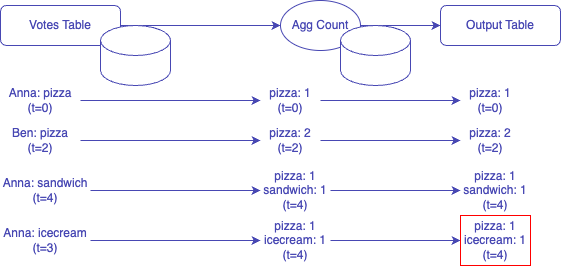
This is img/kafka/kafka-streams-versioned-state-store-7.drawio.png from windowforsun/blog, a draw.io export, as it was before one commit. Source tidied: cells renumbered, new cells last; positions are measured from the earlier drawing's top-left corner, leaving out a move shared by most shapes. Source of this version:
```xml
<mxGraphModel>
  <root>
    <mxCell id="0" />
    <mxCell id="1" parent="0" />
    <mxCell id="2" style="edgeStyle=orthogonalEdgeStyle;rounded=0;jettySize=auto;html=1;entryX=0;entryY=0.5;entryDx=0;entryDy=0;strokeColor=#4747B3;" parent="1" edge="1" source="3" target="5">
      <mxGeometry relative="1" as="geometry" />
    </mxCell>
    <mxCell id="3" value="&lt;div&gt;&lt;font color=&quot;#4747b3&quot;&gt;Votes Table&lt;/font&gt;&lt;/div&gt;" style="rounded=1;whiteSpace=wrap;html=1;strokeColor=#4747B3;fontColor=#006600;" parent="1" vertex="1">
      <mxGeometry y="5" width="120" height="40" as="geometry" />
    </mxCell>
    <mxCell id="4" style="edgeStyle=orthogonalEdgeStyle;rounded=0;jettySize=auto;html=1;entryX=0;entryY=0.5;entryDx=0;entryDy=0;strokeColor=#4747B3;" parent="1" edge="1" source="5" target="6">
      <mxGeometry relative="1" as="geometry" />
    </mxCell>
    <mxCell id="5" value="&lt;font color=&quot;#4747b3&quot;&gt;Agg Count&lt;/font&gt;" style="ellipse;whiteSpace=wrap;html=1;strokeColor=#4747B3;" parent="1" vertex="1">
      <mxGeometry x="280" width="80" height="50" as="geometry" />
    </mxCell>
    <mxCell id="6" value="&lt;font color=&quot;#4747b3&quot;&gt;Output Table&lt;/font&gt;" style="rounded=1;whiteSpace=wrap;html=1;strokeColor=#4747B3;" parent="1" vertex="1">
      <mxGeometry x="440" y="5" width="120" height="40" as="geometry" />
    </mxCell>
    <mxCell id="7" style="edgeStyle=orthogonalEdgeStyle;rounded=0;jettySize=auto;html=1;entryX=0;entryY=0.5;entryDx=0;entryDy=0;fontColor=#4747B3;strokeColor=#4747B3;" parent="1" edge="1" source="8" target="10">
      <mxGeometry relative="1" as="geometry" />
    </mxCell>
    <mxCell id="8" value="Anna: pizza&lt;div&gt;(t=0)&lt;/div&gt;" style="text;html=1;align=center;verticalAlign=middle;whiteSpace=wrap;rounded=0;fontColor=#4747B3;" parent="1" vertex="1">
      <mxGeometry y="85" width="80" height="30" as="geometry" />
    </mxCell>
    <mxCell id="9" style="edgeStyle=orthogonalEdgeStyle;rounded=0;jettySize=auto;html=1;entryX=0;entryY=0.5;entryDx=0;entryDy=0;strokeColor=#4747B3;" parent="1" edge="1" source="10" target="12">
      <mxGeometry relative="1" as="geometry" />
    </mxCell>
    <mxCell id="10" value="pizza: 1&lt;div&gt;(t=0)&lt;/div&gt;" style="text;html=1;align=center;verticalAlign=middle;whiteSpace=wrap;rounded=0;fontColor=#4747B3;" parent="1" vertex="1">
      <mxGeometry x="260" y="85" width="60" height="30" as="geometry" />
    </mxCell>
    <mxCell id="11" style="shape=cylinder3;whiteSpace=wrap;html=1;boundedLbl=1;backgroundOutline=1;size=15;strokeColor=#4747B3;" parent="1" vertex="1">
      <mxGeometry x="100" y="25" width="70" height="60" as="geometry" />
    </mxCell>
    <mxCell id="12" value="pizza: 1&lt;div&gt;(t=0)&lt;/div&gt;" style="text;html=1;align=center;verticalAlign=middle;whiteSpace=wrap;rounded=0;fontColor=#4747B3;" parent="1" vertex="1">
      <mxGeometry x="460" y="85" width="60" height="30" as="geometry" />
    </mxCell>
    <mxCell id="13" style="edgeStyle=orthogonalEdgeStyle;rounded=0;jettySize=auto;html=1;entryX=0;entryY=0.5;entryDx=0;entryDy=0;fontColor=#4747B3;strokeColor=#4747B3;" parent="1" edge="1" source="14" target="16">
      <mxGeometry relative="1" as="geometry" />
    </mxCell>
    <mxCell id="14" value="Ben: pizza&lt;div&gt;(t=2)&lt;/div&gt;" style="text;html=1;align=center;verticalAlign=middle;whiteSpace=wrap;rounded=0;fontColor=#4747B3;" parent="1" vertex="1">
      <mxGeometry y="125" width="80" height="30" as="geometry" />
    </mxCell>
    <mxCell id="15" style="edgeStyle=orthogonalEdgeStyle;rounded=0;jettySize=auto;html=1;entryX=0;entryY=0.5;entryDx=0;entryDy=0;strokeColor=#4747B3;" parent="1" edge="1" source="16" target="17">
      <mxGeometry relative="1" as="geometry" />
    </mxCell>
    <mxCell id="16" value="pizza: 2&lt;div&gt;(t=2)&lt;/div&gt;" style="text;html=1;align=center;verticalAlign=middle;whiteSpace=wrap;rounded=0;fontColor=#4747B3;" parent="1" vertex="1">
      <mxGeometry x="260" y="125" width="60" height="30" as="geometry" />
    </mxCell>
    <mxCell id="17" value="pizza: 2&lt;div&gt;(t=2)&lt;/div&gt;" style="text;html=1;align=center;verticalAlign=middle;whiteSpace=wrap;rounded=0;fontColor=#4747B3;" parent="1" vertex="1">
      <mxGeometry x="460" y="125" width="60" height="30" as="geometry" />
    </mxCell>
    <mxCell id="18" style="edgeStyle=orthogonalEdgeStyle;rounded=0;jettySize=auto;html=1;entryX=0;entryY=0.5;entryDx=0;entryDy=0;fontColor=#4747B3;strokeColor=#4747B3;" parent="1" edge="1" source="19" target="21">
      <mxGeometry relative="1" as="geometry" />
    </mxCell>
    <mxCell id="19" value="Anna: sandwich&lt;div&gt;(t=4)&lt;/div&gt;" style="text;html=1;align=center;verticalAlign=middle;whiteSpace=wrap;rounded=0;fontColor=#4747B3;" parent="1" vertex="1">
      <mxGeometry y="175" width="90" height="30" as="geometry" />
    </mxCell>
    <mxCell id="20" style="edgeStyle=orthogonalEdgeStyle;rounded=0;jettySize=auto;html=1;entryX=0;entryY=0.5;entryDx=0;entryDy=0;strokeColor=#4747B3;" parent="1" edge="1" source="21" target="22">
      <mxGeometry relative="1" as="geometry" />
    </mxCell>
    <mxCell id="21" value="pizza: 1&lt;div&gt;sandwich: 1&lt;br&gt;&lt;div&gt;(t=4)&lt;/div&gt;&lt;/div&gt;" style="text;html=1;align=center;verticalAlign=middle;whiteSpace=wrap;rounded=0;fontColor=#4747B3;" parent="1" vertex="1">
      <mxGeometry x="260" y="175" width="70" height="30" as="geometry" />
    </mxCell>
    <mxCell id="22" value="pizza: 1&lt;div&gt;sandwich: 1&lt;br&gt;&lt;div&gt;(t=4)&lt;/div&gt;&lt;/div&gt;" style="text;html=1;align=center;verticalAlign=middle;whiteSpace=wrap;rounded=0;fontColor=#4747B3;" parent="1" vertex="1">
      <mxGeometry x="460" y="175" width="70" height="30" as="geometry" />
    </mxCell>
    <mxCell id="23" style="shape=cylinder3;whiteSpace=wrap;html=1;boundedLbl=1;backgroundOutline=1;size=15;strokeColor=#4747B3;" parent="1" vertex="1">
      <mxGeometry x="340" y="25" width="70" height="60" as="geometry" />
    </mxCell>
    <mxCell id="24" style="edgeStyle=orthogonalEdgeStyle;rounded=0;jettySize=auto;html=1;entryX=0;entryY=0.5;entryDx=0;entryDy=0;fontColor=#4747B3;strokeColor=#4747B3;" parent="1" edge="1" source="25" target="27">
      <mxGeometry relative="1" as="geometry" />
    </mxCell>
    <mxCell id="25" value="Anna: icecream&lt;div&gt;(t=3)&lt;/div&gt;" style="text;html=1;align=center;verticalAlign=middle;whiteSpace=wrap;rounded=0;fontColor=#4747B3;" parent="1" vertex="1">
      <mxGeometry y="225" width="90" height="30" as="geometry" />
    </mxCell>
    <mxCell id="26" style="edgeStyle=orthogonalEdgeStyle;rounded=0;jettySize=auto;html=1;entryX=0;entryY=0.5;entryDx=0;entryDy=0;strokeColor=#4747B3;" parent="1" edge="1" source="27" target="28">
      <mxGeometry relative="1" as="geometry" />
    </mxCell>
    <mxCell id="27" value="pizza: 1&lt;div&gt;icecream: 1&lt;br&gt;&lt;div&gt;(t=4)&lt;/div&gt;&lt;/div&gt;" style="text;html=1;align=center;verticalAlign=middle;whiteSpace=wrap;rounded=0;fontColor=#4747B3;" parent="1" vertex="1">
      <mxGeometry x="260" y="225" width="70" height="30" as="geometry" />
    </mxCell>
    <mxCell id="28" value="pizza: 1&lt;div&gt;icecream: 1&lt;br&gt;&lt;div&gt;(t=4)&lt;/div&gt;&lt;/div&gt;" style="text;html=1;align=center;verticalAlign=middle;whiteSpace=wrap;rounded=0;fontColor=#4747B3;strokeColor=#FF0000;" parent="1" vertex="1">
      <mxGeometry x="460" y="215" width="70" height="50" as="geometry" />
    </mxCell>
  </root>
</mxGraphModel>
```
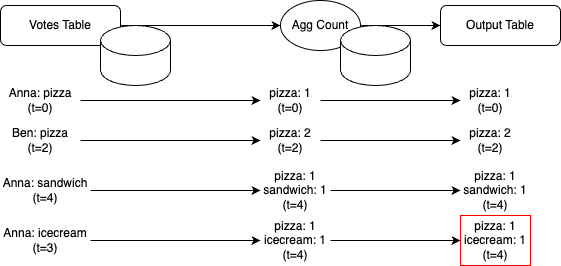
After the change.

Commit message:
kafka-streams-versioned-state-store-7.drawio.png이 추가되었습니다.

Diff of the diagram source:
```diff
@@ -2,85 +2,85 @@
   <root>
     <mxCell id="0" />
     <mxCell id="1" parent="0" />
-    <mxCell id="2" style="edgeStyle=orthogonalEdgeStyle;rounded=0;jettySize=auto;html=1;entryX=0;entryY=0.5;entryDx=0;entryDy=0;strokeColor=#4747B3;" parent="1" edge="1" source="3" target="5">
+    <mxCell id="2" style="edgeStyle=orthogonalEdgeStyle;rounded=0;jettySize=auto;html=1;entryX=0;entryY=0.5;entryDx=0;entryDy=0;strokeColor=#000000;fontColor=#000000;" parent="1" edge="1" source="3" target="5">
       <mxGeometry relative="1" as="geometry" />
     </mxCell>
-    <mxCell id="3" value="&lt;div&gt;&lt;font color=&quot;#4747b3&quot;&gt;Votes Table&lt;/font&gt;&lt;/div&gt;" style="rounded=1;whiteSpace=wrap;html=1;strokeColor=#4747B3;fontColor=#006600;" parent="1" vertex="1">
+    <mxCell id="3" value="&lt;div&gt;&lt;font&gt;Votes Table&lt;/font&gt;&lt;/div&gt;" style="rounded=1;whiteSpace=wrap;html=1;strokeColor=#000000;fontColor=#000000;" parent="1" vertex="1">
       <mxGeometry y="5" width="120" height="40" as="geometry" />
     </mxCell>
-    <mxCell id="4" style="edgeStyle=orthogonalEdgeStyle;rounded=0;jettySize=auto;html=1;entryX=0;entryY=0.5;entryDx=0;entryDy=0;strokeColor=#4747B3;" parent="1" edge="1" source="5" target="6">
+    <mxCell id="4" style="edgeStyle=orthogonalEdgeStyle;rounded=0;jettySize=auto;html=1;entryX=0;entryY=0.5;entryDx=0;entryDy=0;strokeColor=#000000;fontColor=#000000;" parent="1" edge="1" source="5" target="6">
       <mxGeometry relative="1" as="geometry" />
     </mxCell>
-    <mxCell id="5" value="&lt;font color=&quot;#4747b3&quot;&gt;Agg Count&lt;/font&gt;" style="ellipse;whiteSpace=wrap;html=1;strokeColor=#4747B3;" parent="1" vertex="1">
+    <mxCell id="5" value="&lt;font&gt;Agg Count&lt;/font&gt;" style="ellipse;whiteSpace=wrap;html=1;strokeColor=#000000;fontColor=#000000;" parent="1" vertex="1">
       <mxGeometry x="280" width="80" height="50" as="geometry" />
     </mxCell>
-    <mxCell id="6" value="&lt;font color=&quot;#4747b3&quot;&gt;Output Table&lt;/font&gt;" style="rounded=1;whiteSpace=wrap;html=1;strokeColor=#4747B3;" parent="1" vertex="1">
+    <mxCell id="6" value="&lt;font&gt;Output Table&lt;/font&gt;" style="rounded=1;whiteSpace=wrap;html=1;strokeColor=#000000;fontColor=#000000;" parent="1" vertex="1">
       <mxGeometry x="440" y="5" width="120" height="40" as="geometry" />
     </mxCell>
-    <mxCell id="7" style="edgeStyle=orthogonalEdgeStyle;rounded=0;jettySize=auto;html=1;entryX=0;entryY=0.5;entryDx=0;entryDy=0;fontColor=#4747B3;strokeColor=#4747B3;" parent="1" edge="1" source="8" target="10">
+    <mxCell id="7" style="edgeStyle=orthogonalEdgeStyle;rounded=0;jettySize=auto;html=1;entryX=0;entryY=0.5;entryDx=0;entryDy=0;fontColor=#4747B3;strokeColor=#000000;" parent="1" edge="1" source="8" target="10">
       <mxGeometry relative="1" as="geometry" />
     </mxCell>
-    <mxCell id="8" value="Anna: pizza&lt;div&gt;(t=0)&lt;/div&gt;" style="text;html=1;align=center;verticalAlign=middle;whiteSpace=wrap;rounded=0;fontColor=#4747B3;" parent="1" vertex="1">
+    <mxCell id="8" value="Anna: pizza&lt;div&gt;(t=0)&lt;/div&gt;" style="text;html=1;align=center;verticalAlign=middle;whiteSpace=wrap;rounded=0;fontColor=#000000;" parent="1" vertex="1">
       <mxGeometry y="85" width="80" height="30" as="geometry" />
     </mxCell>
-    <mxCell id="9" style="edgeStyle=orthogonalEdgeStyle;rounded=0;jettySize=auto;html=1;entryX=0;entryY=0.5;entryDx=0;entryDy=0;strokeColor=#4747B3;" parent="1" edge="1" source="10" target="12">
+    <mxCell id="9" style="edgeStyle=orthogonalEdgeStyle;rounded=0;jettySize=auto;html=1;entryX=0;entryY=0.5;entryDx=0;entryDy=0;strokeColor=#000000;" parent="1" edge="1" source="10" target="12">
       <mxGeometry relative="1" as="geometry" />
     </mxCell>
-    <mxCell id="10" value="pizza: 1&lt;div&gt;(t=0)&lt;/div&gt;" style="text;html=1;align=center;verticalAlign=middle;whiteSpace=wrap;rounded=0;fontColor=#4747B3;" parent="1" vertex="1">
+    <mxCell id="10" value="pizza: 1&lt;div&gt;(t=0)&lt;/div&gt;" style="text;html=1;align=center;verticalAlign=middle;whiteSpace=wrap;rounded=0;fontColor=#000000;" parent="1" vertex="1">
       <mxGeometry x="260" y="85" width="60" height="30" as="geometry" />
     </mxCell>
-    <mxCell id="11" style="shape=cylinder3;whiteSpace=wrap;html=1;boundedLbl=1;backgroundOutline=1;size=15;strokeColor=#4747B3;" parent="1" vertex="1">
+    <mxCell id="11" style="shape=cylinder3;whiteSpace=wrap;html=1;boundedLbl=1;backgroundOutline=1;size=15;strokeColor=#000000;fontColor=#000000;" parent="1" vertex="1">
       <mxGeometry x="100" y="25" width="70" height="60" as="geometry" />
     </mxCell>
-    <mxCell id="12" value="pizza: 1&lt;div&gt;(t=0)&lt;/div&gt;" style="text;html=1;align=center;verticalAlign=middle;whiteSpace=wrap;rounded=0;fontColor=#4747B3;" parent="1" vertex="1">
+    <mxCell id="12" value="pizza: 1&lt;div&gt;(t=0)&lt;/div&gt;" style="text;html=1;align=center;verticalAlign=middle;whiteSpace=wrap;rounded=0;fontColor=#000000;" parent="1" vertex="1">
       <mxGeometry x="460" y="85" width="60" height="30" as="geometry" />
     </mxCell>
-    <mxCell id="13" style="edgeStyle=orthogonalEdgeStyle;rounded=0;jettySize=auto;html=1;entryX=0;entryY=0.5;entryDx=0;entryDy=0;fontColor=#4747B3;strokeColor=#4747B3;" parent="1" edge="1" source="14" target="16">
+    <mxCell id="13" style="edgeStyle=orthogonalEdgeStyle;rounded=0;jettySize=auto;html=1;entryX=0;entryY=0.5;entryDx=0;entryDy=0;fontColor=#4747B3;strokeColor=#000000;" parent="1" edge="1" source="14" target="16">
       <mxGeometry relative="1" as="geometry" />
     </mxCell>
-    <mxCell id="14" value="Ben: pizza&lt;div&gt;(t=2)&lt;/div&gt;" style="text;html=1;align=center;verticalAlign=middle;whiteSpace=wrap;rounded=0;fontColor=#4747B3;" parent="1" vertex="1">
+    <mxCell id="14" value="Ben: pizza&lt;div&gt;(t=2)&lt;/div&gt;" style="text;html=1;align=center;verticalAlign=middle;whiteSpace=wrap;rounded=0;fontColor=#000000;" parent="1" vertex="1">
       <mxGeometry y="125" width="80" height="30" as="geometry" />
     </mxCell>
-    <mxCell id="15" style="edgeStyle=orthogonalEdgeStyle;rounded=0;jettySize=auto;html=1;entryX=0;entryY=0.5;entryDx=0;entryDy=0;strokeColor=#4747B3;" parent="1" edge="1" source="16" target="17">
+    <mxCell id="15" style="edgeStyle=orthogonalEdgeStyle;rounded=0;jettySize=auto;html=1;entryX=0;entryY=0.5;entryDx=0;entryDy=0;strokeColor=#000000;" parent="1" edge="1" source="16" target="17">
       <mxGeometry relative="1" as="geometry" />
     </mxCell>
-    <mxCell id="16" value="pizza: 2&lt;div&gt;(t=2)&lt;/div&gt;" style="text;html=1;align=center;verticalAlign=middle;whiteSpace=wrap;rounded=0;fontColor=#4747B3;" parent="1" vertex="1">
+    <mxCell id="16" value="pizza: 2&lt;div&gt;(t=2)&lt;/div&gt;" style="text;html=1;align=center;verticalAlign=middle;whiteSpace=wrap;rounded=0;fontColor=#000000;" parent="1" vertex="1">
       <mxGeometry x="260" y="125" width="60" height="30" as="geometry" />
     </mxCell>
-    <mxCell id="17" value="pizza: 2&lt;div&gt;(t=2)&lt;/div&gt;" style="text;html=1;align=center;verticalAlign=middle;whiteSpace=wrap;rounded=0;fontColor=#4747B3;" parent="1" vertex="1">
+    <mxCell id="17" value="pizza: 2&lt;div&gt;(t=2)&lt;/div&gt;" style="text;html=1;align=center;verticalAlign=middle;whiteSpace=wrap;rounded=0;fontColor=#000000;" parent="1" vertex="1">
       <mxGeometry x="460" y="125" width="60" height="30" as="geometry" />
     </mxCell>
-    <mxCell id="18" style="edgeStyle=orthogonalEdgeStyle;rounded=0;jettySize=auto;html=1;entryX=0;entryY=0.5;entryDx=0;entryDy=0;fontColor=#4747B3;strokeColor=#4747B3;" parent="1" edge="1" source="19" target="21">
+    <mxCell id="18" style="edgeStyle=orthogonalEdgeStyle;rounded=0;jettySize=auto;html=1;entryX=0;entryY=0.5;entryDx=0;entryDy=0;fontColor=#4747B3;strokeColor=#000000;" parent="1" edge="1" source="19" target="21">
       <mxGeometry relative="1" as="geometry" />
     </mxCell>
-    <mxCell id="19" value="Anna: sandwich&lt;div&gt;(t=4)&lt;/div&gt;" style="text;html=1;align=center;verticalAlign=middle;whiteSpace=wrap;rounded=0;fontColor=#4747B3;" parent="1" vertex="1">
+    <mxCell id="19" value="Anna: sandwich&lt;div&gt;(t=4)&lt;/div&gt;" style="text;html=1;align=center;verticalAlign=middle;whiteSpace=wrap;rounded=0;fontColor=#000000;" parent="1" vertex="1">
       <mxGeometry y="175" width="90" height="30" as="geometry" />
     </mxCell>
-    <mxCell id="20" style="edgeStyle=orthogonalEdgeStyle;rounded=0;jettySize=auto;html=1;entryX=0;entryY=0.5;entryDx=0;entryDy=0;strokeColor=#4747B3;" parent="1" edge="1" source="21" target="22">
+    <mxCell id="20" style="edgeStyle=orthogonalEdgeStyle;rounded=0;jettySize=auto;html=1;entryX=0;entryY=0.5;entryDx=0;entryDy=0;strokeColor=#000000;" parent="1" edge="1" source="21" target="22">
       <mxGeometry relative="1" as="geometry" />
     </mxCell>
-    <mxCell id="21" value="pizza: 1&lt;div&gt;sandwich: 1&lt;br&gt;&lt;div&gt;(t=4)&lt;/div&gt;&lt;/div&gt;" style="text;html=1;align=center;verticalAlign=middle;whiteSpace=wrap;rounded=0;fontColor=#4747B3;" parent="1" vertex="1">
+    <mxCell id="21" value="pizza: 1&lt;div&gt;sandwich: 1&lt;br&gt;&lt;div&gt;(t=4)&lt;/div&gt;&lt;/div&gt;" style="text;html=1;align=center;verticalAlign=middle;whiteSpace=wrap;rounded=0;fontColor=#000000;" parent="1" vertex="1">
       <mxGeometry x="260" y="175" width="70" height="30" as="geometry" />
     </mxCell>
-    <mxCell id="22" value="pizza: 1&lt;div&gt;sandwich: 1&lt;br&gt;&lt;div&gt;(t=4)&lt;/div&gt;&lt;/div&gt;" style="text;html=1;align=center;verticalAlign=middle;whiteSpace=wrap;rounded=0;fontColor=#4747B3;" parent="1" vertex="1">
+    <mxCell id="22" value="pizza: 1&lt;div&gt;sandwich: 1&lt;br&gt;&lt;div&gt;(t=4)&lt;/div&gt;&lt;/div&gt;" style="text;html=1;align=center;verticalAlign=middle;whiteSpace=wrap;rounded=0;fontColor=#000000;" parent="1" vertex="1">
       <mxGeometry x="460" y="175" width="70" height="30" as="geometry" />
     </mxCell>
-    <mxCell id="23" style="shape=cylinder3;whiteSpace=wrap;html=1;boundedLbl=1;backgroundOutline=1;size=15;strokeColor=#4747B3;" parent="1" vertex="1">
+    <mxCell id="23" style="shape=cylinder3;whiteSpace=wrap;html=1;boundedLbl=1;backgroundOutline=1;size=15;strokeColor=#000000;fontColor=#000000;" parent="1" vertex="1">
       <mxGeometry x="340" y="25" width="70" height="60" as="geometry" />
     </mxCell>
-    <mxCell id="24" style="edgeStyle=orthogonalEdgeStyle;rounded=0;jettySize=auto;html=1;entryX=0;entryY=0.5;entryDx=0;entryDy=0;fontColor=#4747B3;strokeColor=#4747B3;" parent="1" edge="1" source="25" target="27">
+    <mxCell id="24" style="edgeStyle=orthogonalEdgeStyle;rounded=0;jettySize=auto;html=1;entryX=0;entryY=0.5;entryDx=0;entryDy=0;fontColor=#4747B3;strokeColor=#000000;" parent="1" edge="1" source="25" target="27">
       <mxGeometry relative="1" as="geometry" />
     </mxCell>
-    <mxCell id="25" value="Anna: icecream&lt;div&gt;(t=3)&lt;/div&gt;" style="text;html=1;align=center;verticalAlign=middle;whiteSpace=wrap;rounded=0;fontColor=#4747B3;" parent="1" vertex="1">
+    <mxCell id="25" value="Anna: icecream&lt;div&gt;(t=3)&lt;/div&gt;" style="text;html=1;align=center;verticalAlign=middle;whiteSpace=wrap;rounded=0;fontColor=#000000;" parent="1" vertex="1">
       <mxGeometry y="225" width="90" height="30" as="geometry" />
     </mxCell>
-    <mxCell id="26" style="edgeStyle=orthogonalEdgeStyle;rounded=0;jettySize=auto;html=1;entryX=0;entryY=0.5;entryDx=0;entryDy=0;strokeColor=#4747B3;" parent="1" edge="1" source="27" target="28">
+    <mxCell id="26" style="edgeStyle=orthogonalEdgeStyle;rounded=0;jettySize=auto;html=1;entryX=0;entryY=0.5;entryDx=0;entryDy=0;strokeColor=#000000;" parent="1" edge="1" source="27" target="28">
       <mxGeometry relative="1" as="geometry" />
     </mxCell>
-    <mxCell id="27" value="pizza: 1&lt;div&gt;icecream: 1&lt;br&gt;&lt;div&gt;(t=4)&lt;/div&gt;&lt;/div&gt;" style="text;html=1;align=center;verticalAlign=middle;whiteSpace=wrap;rounded=0;fontColor=#4747B3;" parent="1" vertex="1">
+    <mxCell id="27" value="pizza: 1&lt;div&gt;icecream: 1&lt;br&gt;&lt;div&gt;(t=4)&lt;/div&gt;&lt;/div&gt;" style="text;html=1;align=center;verticalAlign=middle;whiteSpace=wrap;rounded=0;fontColor=#000000;" parent="1" vertex="1">
       <mxGeometry x="260" y="225" width="70" height="30" as="geometry" />
     </mxCell>
-    <mxCell id="28" value="pizza: 1&lt;div&gt;icecream: 1&lt;br&gt;&lt;div&gt;(t=4)&lt;/div&gt;&lt;/div&gt;" style="text;html=1;align=center;verticalAlign=middle;whiteSpace=wrap;rounded=0;fontColor=#4747B3;strokeColor=#FF0000;" parent="1" vertex="1">
+    <mxCell id="28" value="pizza: 1&lt;div&gt;icecream: 1&lt;br&gt;&lt;div&gt;(t=4)&lt;/div&gt;&lt;/div&gt;" style="text;html=1;align=center;verticalAlign=middle;whiteSpace=wrap;rounded=0;fontColor=#000000;strokeColor=#FF0000;" parent="1" vertex="1">
       <mxGeometry x="460" y="215" width="70" height="50" as="geometry" />
     </mxCell>
   </root>
```
